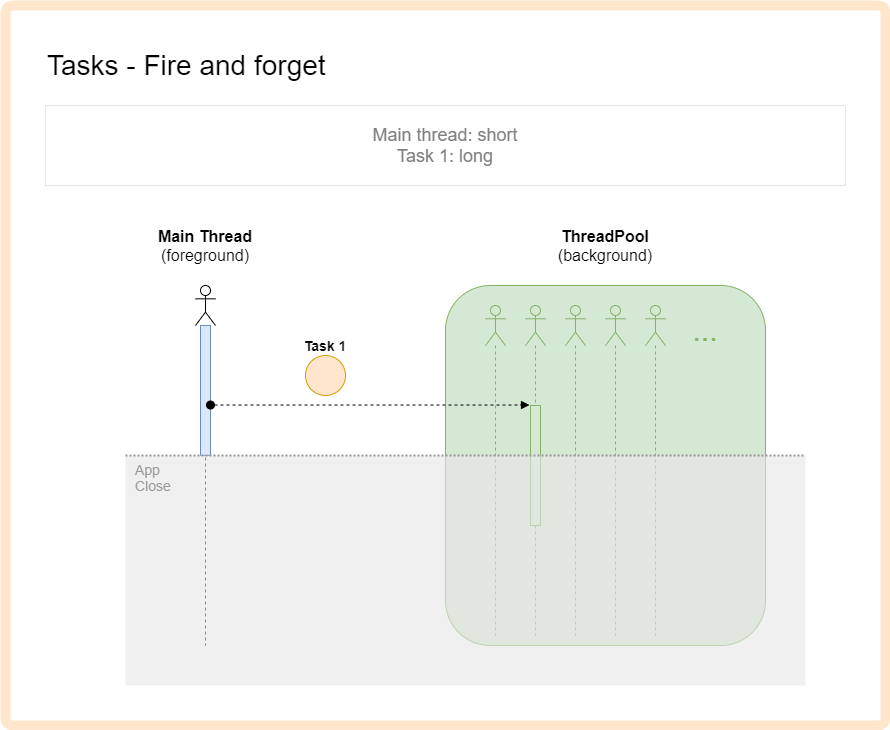
Before: doc/diagrams/09 - tasks-02.drawio.png, a diagram exported from draw.io (CSharp-Pills-15mg/Parallel-Evolution). Source tidied: cells renumbered, new cells last; positions are measured from the earlier drawing's top-left corner, leaving out a move shared by most shapes. Its diagram source:
```xml
<mxGraphModel>
  <root>
    <mxCell id="0" />
    <mxCell id="1" parent="0" />
    <mxCell id="2" style="rounded=1;whiteSpace=wrap;html=1;arcSize=1;strokeWidth=10;strokeColor=#FFE6CC;" parent="1" vertex="1">
      <mxGeometry width="880" height="720" as="geometry" />
    </mxCell>
    <mxCell id="3" style="shape=umlLifeline;participant=umlActor;perimeter=lifelinePerimeter;whiteSpace=wrap;html=1;verticalAlign=top;spacingTop=36;fontSize=18;align=left;" parent="1" vertex="1">
      <mxGeometry x="190" y="280" width="20" height="360" as="geometry" />
    </mxCell>
    <mxCell id="4" style="html=1;points=[];perimeter=orthogonalPerimeter;fontSize=18;align=left;fillColor=#dae8fc;strokeColor=#6c8ebf;" parent="3" vertex="1">
      <mxGeometry x="5" y="40" width="10" height="130" as="geometry" />
    </mxCell>
    <mxCell id="5" value="&lt;b style=&quot;font-size: 16px;&quot;&gt;Main Thread&lt;/b&gt;&lt;br style=&quot;font-size: 16px;&quot;&gt;(foreground)" style="text;html=1;strokeColor=none;fillColor=none;align=center;verticalAlign=middle;whiteSpace=wrap;rounded=0;fontSize=16;" parent="1" vertex="1">
      <mxGeometry x="140" y="230" width="120" height="20" as="geometry" />
    </mxCell>
    <mxCell id="6" value="Main thread: short&lt;br&gt;Task 1: long" style="text;html=1;fillColor=none;align=center;verticalAlign=middle;whiteSpace=wrap;rounded=0;fontSize=18;fontColor=#808080;strokeColor=#E6E6E6;" parent="1" vertex="1">
      <mxGeometry x="40" y="100" width="800" height="80" as="geometry" />
    </mxCell>
    <mxCell id="7" value="Tasks - Fire and forget" style="text;html=1;strokeColor=none;fillColor=none;align=left;verticalAlign=middle;whiteSpace=wrap;rounded=0;fontSize=28;" parent="1" vertex="1">
      <mxGeometry x="40" y="40" width="600" height="40" as="geometry" />
    </mxCell>
    <mxCell id="8" value="&lt;b&gt;Task 1&lt;/b&gt;" style="text;html=1;strokeColor=none;fillColor=none;align=center;verticalAlign=middle;whiteSpace=wrap;rounded=0;fontSize=14;" parent="1" vertex="1">
      <mxGeometry x="280" y="330" width="80" height="20" as="geometry" />
    </mxCell>
    <mxCell id="9" style="ellipse;whiteSpace=wrap;html=1;fillColor=#ffe6cc;strokeColor=#d79b00;" parent="1" vertex="1">
      <mxGeometry x="300" y="350" width="40" height="40" as="geometry" />
    </mxCell>
    <mxCell id="10" style="rounded=1;whiteSpace=wrap;html=1;fillColor=#d5e8d4;strokeColor=#82b366;arcSize=14;" parent="1" vertex="1">
      <mxGeometry x="440" y="280" width="320" height="360" as="geometry" />
    </mxCell>
    <mxCell id="11" style="shape=umlLifeline;participant=umlActor;perimeter=lifelinePerimeter;whiteSpace=wrap;html=1;verticalAlign=top;spacingTop=36;fontSize=18;align=left;fillColor=#d5e8d4;strokeColor=#82b366;" parent="10" vertex="1">
      <mxGeometry x="40" y="20" width="20" height="330" as="geometry" />
    </mxCell>
    <mxCell id="12" style="shape=umlLifeline;participant=umlActor;perimeter=lifelinePerimeter;whiteSpace=wrap;html=1;verticalAlign=top;spacingTop=36;fontSize=18;align=left;fillColor=#d5e8d4;strokeColor=#82b366;" parent="10" vertex="1">
      <mxGeometry x="80" y="20" width="20" height="330" as="geometry" />
    </mxCell>
    <mxCell id="13" style="html=1;points=[];perimeter=orthogonalPerimeter;fontSize=18;align=left;fillColor=#d5e8d4;strokeColor=#82b366;" parent="12" vertex="1">
      <mxGeometry x="5" y="100" width="10" height="120" as="geometry" />
    </mxCell>
    <mxCell id="14" style="shape=umlLifeline;participant=umlActor;perimeter=lifelinePerimeter;whiteSpace=wrap;html=1;verticalAlign=top;spacingTop=36;fontSize=18;align=left;fillColor=#d5e8d4;strokeColor=#82b366;" parent="10" vertex="1">
      <mxGeometry x="120" y="20" width="20" height="330" as="geometry" />
    </mxCell>
    <mxCell id="15" style="shape=umlLifeline;participant=umlActor;perimeter=lifelinePerimeter;whiteSpace=wrap;html=1;verticalAlign=top;spacingTop=36;fontSize=18;align=left;fillColor=#d5e8d4;strokeColor=#82b366;" parent="10" vertex="1">
      <mxGeometry x="160" y="20" width="20" height="330" as="geometry" />
    </mxCell>
    <mxCell id="16" style="shape=umlLifeline;participant=umlActor;perimeter=lifelinePerimeter;whiteSpace=wrap;html=1;verticalAlign=top;spacingTop=36;fontSize=18;align=left;fillColor=#d5e8d4;strokeColor=#82b366;" parent="10" vertex="1">
      <mxGeometry x="200" y="20" width="20" height="330" as="geometry" />
    </mxCell>
    <mxCell id="17" value="..." style="text;html=1;align=center;verticalAlign=middle;whiteSpace=wrap;rounded=0;opacity=60;fontColor=#82B366;fontSize=30;" parent="10" vertex="1">
      <mxGeometry x="240" y="30" width="40" height="30" as="geometry" />
    </mxCell>
    <mxCell id="18" style="html=1;verticalAlign=bottom;startArrow=oval;endArrow=block;startSize=8;fontSize=14;dashed=1;entryX=-0.1;entryY=-0.004;entryDx=0;entryDy=0;entryPerimeter=0;" parent="1" edge="1" source="4" target="13">
      <mxGeometry relative="1" as="geometry" />
    </mxCell>
    <mxCell id="19" value="App&lt;br&gt;Close" style="rounded=0;whiteSpace=wrap;html=1;fontSize=14;align=left;strokeColor=none;fillColor=#E6E6E6;opacity=60;fontColor=#999999;verticalAlign=top;spacingLeft=8;" parent="1" vertex="1">
      <mxGeometry x="120" y="450" width="680" height="230" as="geometry" />
    </mxCell>
    <mxCell id="20" style="endArrow=none;dashed=1;html=1;dashPattern=1 1;strokeWidth=2;fontSize=14;strokeColor=#999999;entryX=1;entryY=0;entryDx=0;entryDy=0;exitX=0;exitY=0;exitDx=0;exitDy=0;" parent="1" edge="1" source="19" target="19">
      <mxGeometry relative="1" as="geometry" />
    </mxCell>
    <mxCell id="21" value="&lt;span style=&quot;font-size: 16px&quot;&gt;ThreadPool&lt;br&gt;&lt;span style=&quot;font-weight: normal&quot;&gt;(background)&lt;/span&gt;&lt;br&gt;&lt;/span&gt;" style="text;html=1;strokeColor=none;fillColor=none;align=center;verticalAlign=middle;whiteSpace=wrap;rounded=0;fontSize=16;fontStyle=1;" parent="1" vertex="1">
      <mxGeometry x="560" y="230" width="80" height="20" as="geometry" />
    </mxCell>
  </root>
</mxGraphModel>
```
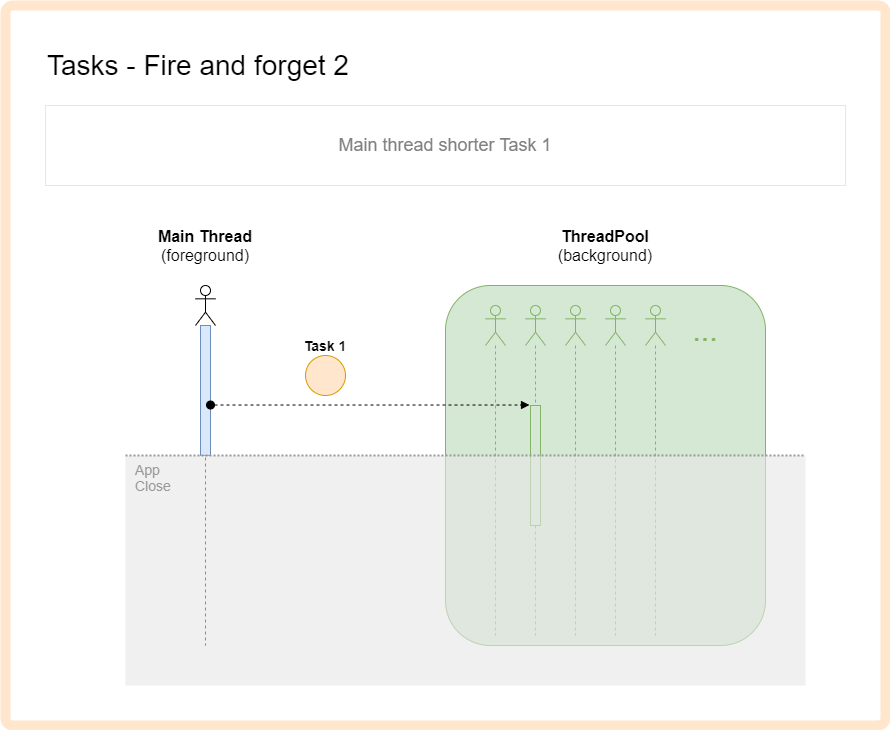
The same file after the commit.

The edit, as a diff of the source:
```diff
@@ -14,10 +14,10 @@
     <mxCell id="5" value="&lt;b style=&quot;font-size: 16px;&quot;&gt;Main Thread&lt;/b&gt;&lt;br style=&quot;font-size: 16px;&quot;&gt;(foreground)" style="text;html=1;strokeColor=none;fillColor=none;align=center;verticalAlign=middle;whiteSpace=wrap;rounded=0;fontSize=16;" parent="1" vertex="1">
       <mxGeometry x="140" y="230" width="120" height="20" as="geometry" />
     </mxCell>
-    <mxCell id="6" value="Main thread: short&lt;br&gt;Task 1: long" style="text;html=1;fillColor=none;align=center;verticalAlign=middle;whiteSpace=wrap;rounded=0;fontSize=18;fontColor=#808080;strokeColor=#E6E6E6;" parent="1" vertex="1">
+    <mxCell id="6" value="Main thread shorter Task 1" style="text;html=1;fillColor=none;align=center;verticalAlign=middle;whiteSpace=wrap;rounded=0;fontSize=18;fontColor=#808080;strokeColor=#E6E6E6;" parent="1" vertex="1">
       <mxGeometry x="40" y="100" width="800" height="80" as="geometry" />
     </mxCell>
-    <mxCell id="7" value="Tasks - Fire and forget" style="text;html=1;strokeColor=none;fillColor=none;align=left;verticalAlign=middle;whiteSpace=wrap;rounded=0;fontSize=28;" parent="1" vertex="1">
+    <mxCell id="7" value="Tasks - Fire and forget 2" style="text;html=1;strokeColor=none;fillColor=none;align=left;verticalAlign=middle;whiteSpace=wrap;rounded=0;fontSize=28;" parent="1" vertex="1">
       <mxGeometry x="40" y="40" width="600" height="40" as="geometry" />
     </mxCell>
     <mxCell id="8" value="&lt;b&gt;Task 1&lt;/b&gt;" style="text;html=1;strokeColor=none;fillColor=none;align=center;verticalAlign=middle;whiteSpace=wrap;rounded=0;fontSize=14;" parent="1" vertex="1">
```
